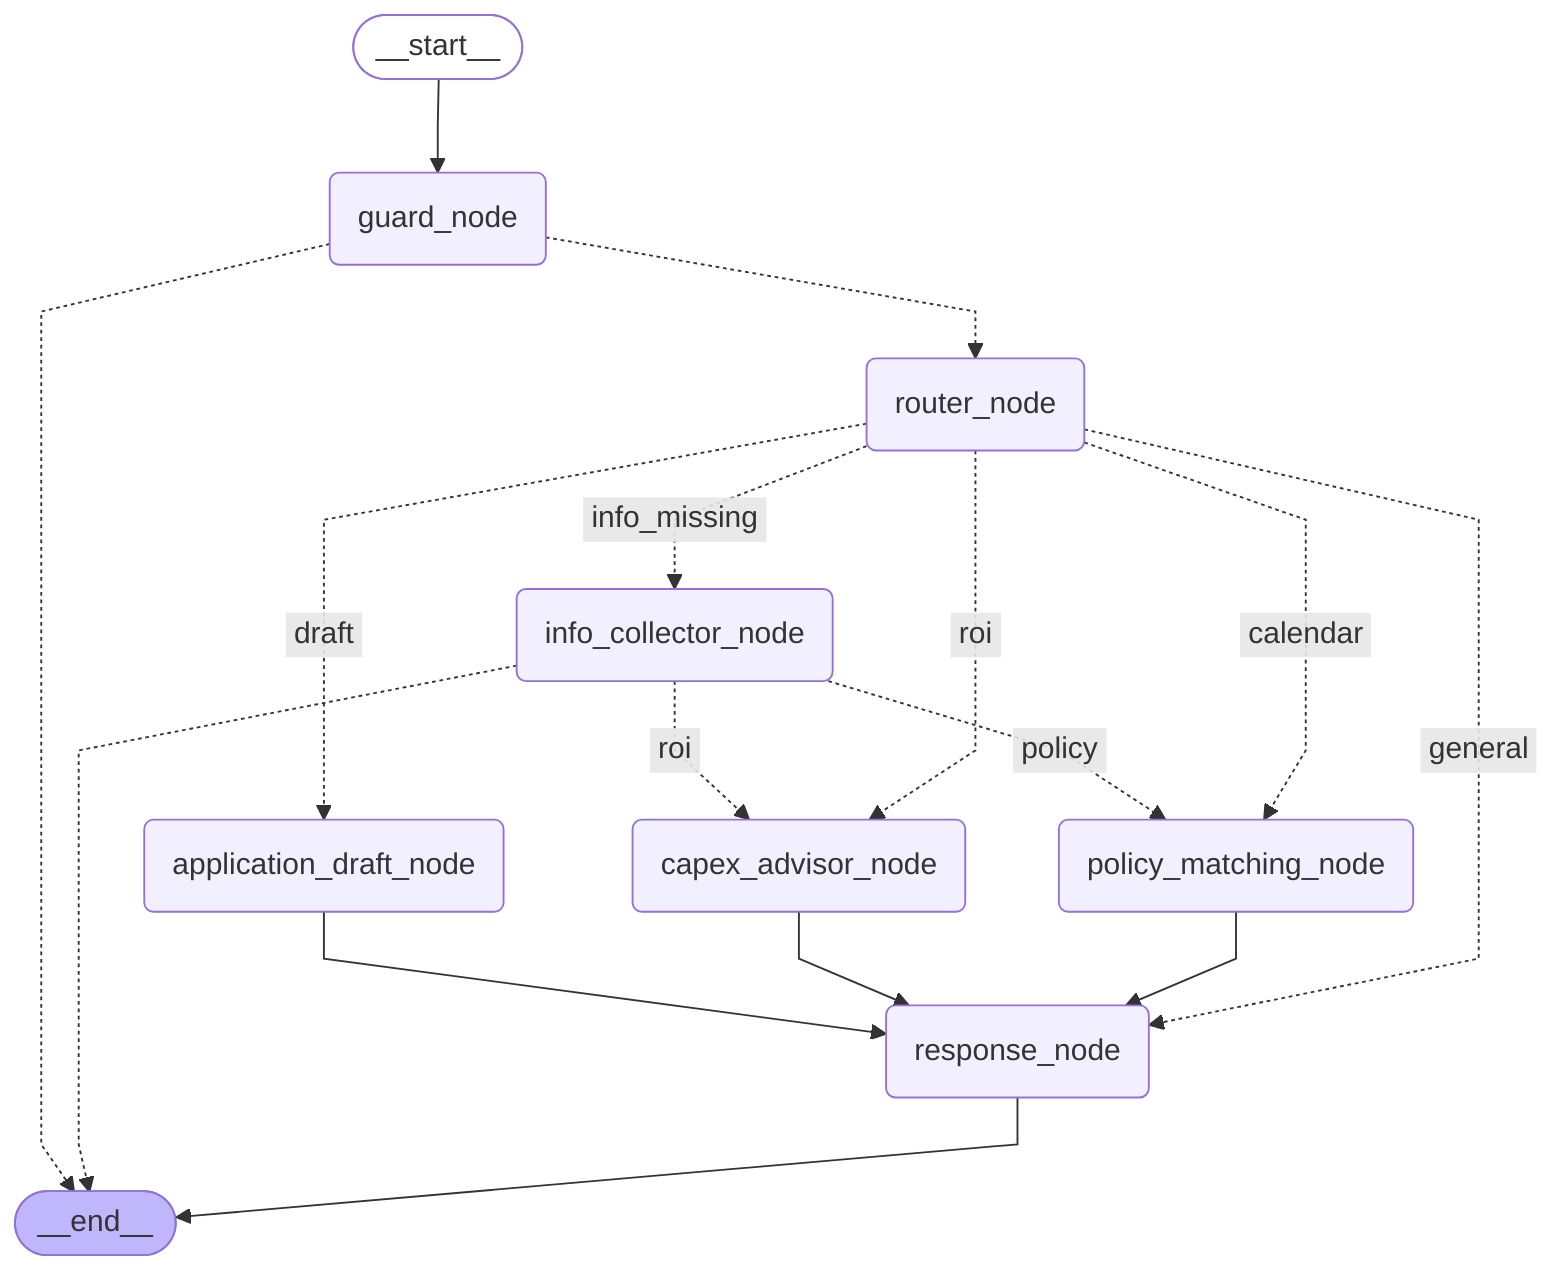
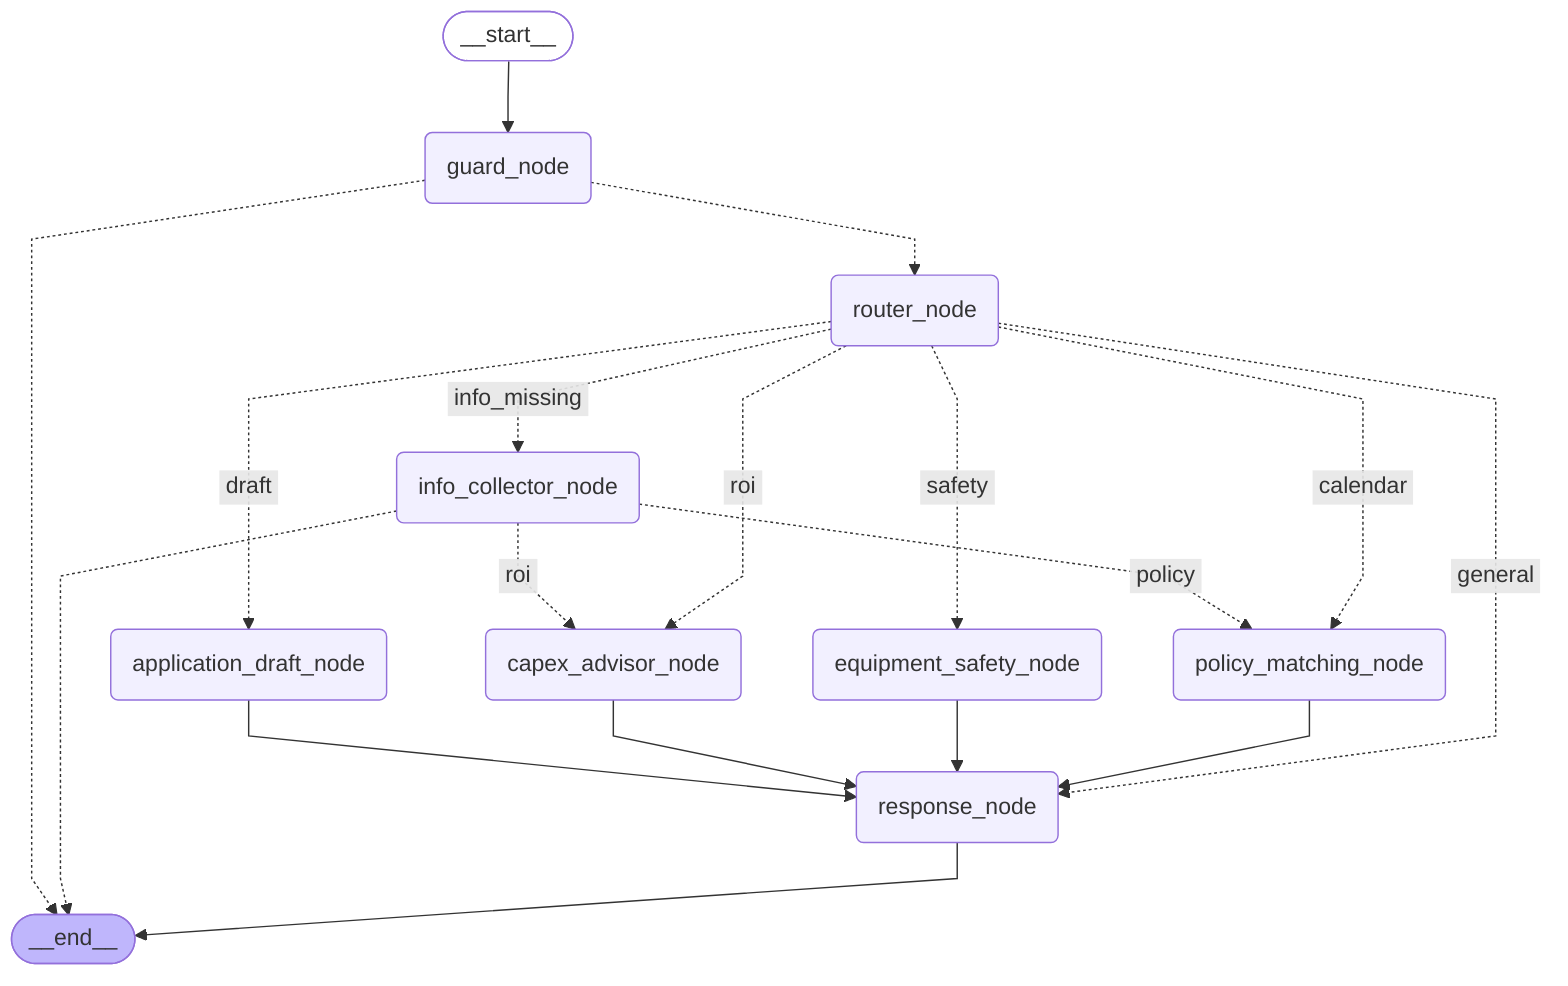
---
config:
  flowchart:
    curve: linear
---
graph TD;
	__start__([<p>__start__</p>]):::first
	guard_node(guard_node)
	router_node(router_node)
	info_collector_node(info_collector_node)
	capex_advisor_node(capex_advisor_node)
	policy_matching_node(policy_matching_node)
	application_draft_node(application_draft_node)
+ 	equipment_safety_node(equipment_safety_node)
	response_node(response_node)
	__end__([<p>__end__</p>]):::last
	__start__ --> guard_node;
	application_draft_node --> response_node;
	capex_advisor_node --> response_node;
+ 	equipment_safety_node --> response_node;
	guard_node -.-> __end__;
	guard_node -.-> router_node;
	info_collector_node -.-> __end__;
	info_collector_node -. &nbsp;roi&nbsp; .-> capex_advisor_node;
	info_collector_node -. &nbsp;policy&nbsp; .-> policy_matching_node;
	policy_matching_node --> response_node;
	router_node -. &nbsp;draft&nbsp; .-> application_draft_node;
	router_node -. &nbsp;roi&nbsp; .-> capex_advisor_node;
+ 	router_node -. &nbsp;safety&nbsp; .-> equipment_safety_node;
	router_node -. &nbsp;info_missing&nbsp; .-> info_collector_node;
	router_node -. &nbsp;calendar&nbsp; .-> policy_matching_node;
	router_node -. &nbsp;general&nbsp; .-> response_node;
	response_node --> __end__;
	classDef default fill:#f2f0ff,line-height:1.2
	classDef first fill-opacity:0
	classDef last fill:#bfb6fc
